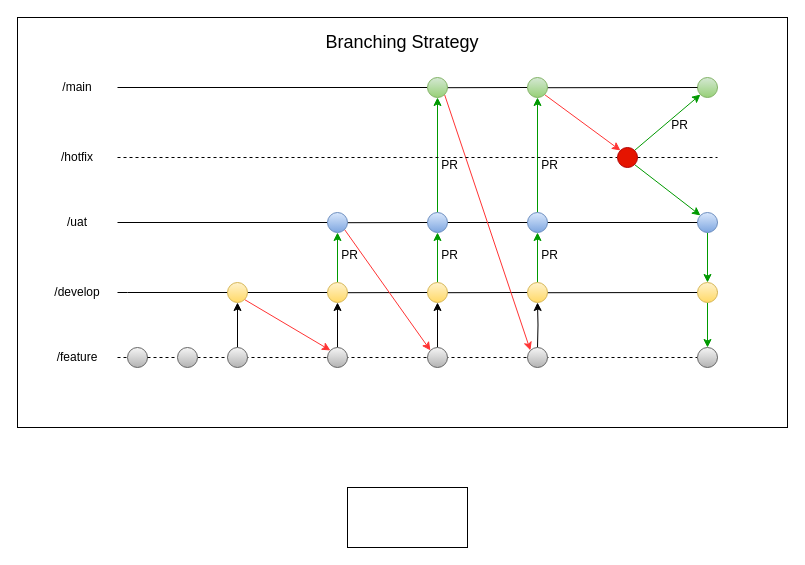
This is branches.drawio from Sri-git-acc/python, a draw.io file, before an edit. Source tidied: cells renumbered, new cells numbered last; positions are measured from the earlier drawing's top-left corner, leaving out a move shared by most shapes. Both pictures are drawn from the tidied source at 100%, with x=0, y=0 at pixel (17, 17).
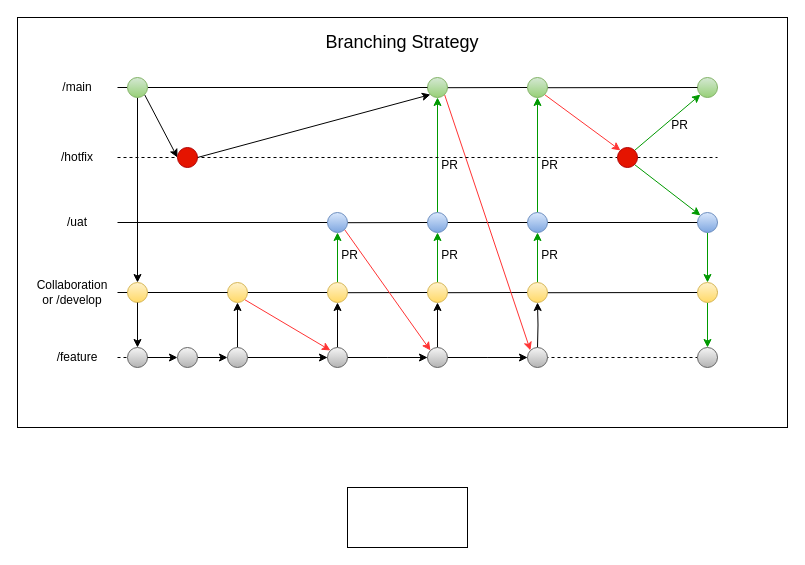
After the change.

The change refers to these unchanged cells:
```xml
<mxCell id="14" style="ellipse;whiteSpace=wrap;html=1;fillColor=#f5f5f5;gradientColor=#b3b3b3;strokeColor=#666666;" parent="1" vertex="1">
  <mxGeometry x="210" y="330" width="20" height="20" as="geometry" />
</mxCell>
<mxCell id="16" style="ellipse;whiteSpace=wrap;html=1;fillColor=#f5f5f5;gradientColor=#b3b3b3;strokeColor=#666666;" parent="1" vertex="1">
  <mxGeometry x="110" y="330" width="20" height="20" as="geometry" />
</mxCell>
<mxCell id="19" style="ellipse;whiteSpace=wrap;html=1;fillColor=#fff2cc;gradientColor=#ffd966;strokeColor=#d6b656;" parent="1" vertex="1">
  <mxGeometry x="210" y="265" width="20" height="20" as="geometry" />
</mxCell>
<mxCell id="38" style="ellipse;whiteSpace=wrap;html=1;fillColor=#d5e8d4;gradientColor=#97d077;strokeColor=#82b366;" parent="1" vertex="1">
  <mxGeometry x="410" y="60" width="20" height="20" as="geometry" />
</mxCell>
<mxCell id="59" style="ellipse;whiteSpace=wrap;html=1;fillColor=#f5f5f5;gradientColor=#b3b3b3;strokeColor=#666666;" parent="1" vertex="1">
  <mxGeometry x="410" y="330" width="20" height="20" as="geometry" />
</mxCell>
<mxCell id="60" style="ellipse;whiteSpace=wrap;html=1;fillColor=#f5f5f5;gradientColor=#b3b3b3;strokeColor=#666666;" parent="1" vertex="1">
  <mxGeometry x="310" y="330" width="20" height="20" as="geometry" />
</mxCell>
<mxCell id="70" style="ellipse;whiteSpace=wrap;html=1;fillColor=#f5f5f5;gradientColor=#b3b3b3;strokeColor=#666666;" parent="1" vertex="1">
  <mxGeometry x="160" y="330" width="20" height="20" as="geometry" />
</mxCell>
```

Change to the diagram source:
```diff
@@
-    <mxCell id="6" value="/develop" style="text;html=1;whiteSpace=wrap;strokeColor=none;fillColor=none;align=center;verticalAlign=middle;rounded=0;" parent="1" vertex="1">
-      <mxGeometry x="30" y="260" width="60" height="30" as="geometry" />
+    <mxCell id="6" value="Collaboration or /develop" style="text;html=1;whiteSpace=wrap;strokeColor=none;fillColor=none;align=center;verticalAlign=middle;rounded=0;" parent="1" vertex="1">
+      <mxGeometry x="20" y="260" width="70" height="30" as="geometry" />
     </mxCell>
@@
-    <mxCell id="10" style="endArrow=none;html=1;rounded=0;entryX=0;entryY=0.5;entryDx=0;entryDy=0;" parent="1" edge="1" source="19">
+    <mxCell id="10" style="endArrow=none;html=1;rounded=0;entryX=0;entryY=0.5;entryDx=0;entryDy=0;" parent="1" edge="1" source="93">
       <mxGeometry relative="1" as="geometry">
         <mxPoint x="110" y="275" as="targetPoint" />
       </mxGeometry>
     </mxCell>
@@
+    <mxCell id="81" style="edgeStyle=orthogonalEdgeStyle;rounded=0;jettySize=auto;html=1;exitX=1;exitY=0.5;exitDx=0;exitDy=0;entryX=0;entryY=0.5;entryDx=0;entryDy=0;" parent="1" edge="1" source="14" target="60">
+      <mxGeometry relative="1" as="geometry" />
+    </mxCell>
@@
+    <mxCell id="82" style="edgeStyle=orthogonalEdgeStyle;rounded=0;jettySize=auto;html=1;exitX=1;exitY=0.5;exitDx=0;exitDy=0;" parent="1" edge="1" source="16">
+      <mxGeometry relative="1" as="geometry">
+        <mxPoint x="160" y="340" as="targetPoint" />
+      </mxGeometry>
+    </mxCell>
@@
-    <mxCell id="24" style="endArrow=none;html=1;rounded=0;" parent="1" edge="1" source="38">
+    <mxCell id="24" style="endArrow=none;html=1;rounded=0;" parent="1" edge="1" source="89">
       <mxGeometry relative="1" as="geometry">
         <mxPoint x="100" y="70" as="targetPoint" />
       </mxGeometry>
     </mxCell>
@@
+    <mxCell id="83" style="edgeStyle=orthogonalEdgeStyle;rounded=0;jettySize=auto;html=1;exitX=1;exitY=0.5;exitDx=0;exitDy=0;" parent="1" edge="1" source="59">
+      <mxGeometry relative="1" as="geometry">
+        <mxPoint x="510" y="340" as="targetPoint" />
+      </mxGeometry>
+    </mxCell>
@@
+    <mxCell id="84" style="edgeStyle=orthogonalEdgeStyle;rounded=0;jettySize=auto;html=1;exitX=1;exitY=0.5;exitDx=0;exitDy=0;" parent="1" edge="1" source="60">
+      <mxGeometry relative="1" as="geometry">
+        <mxPoint x="410" y="340" as="targetPoint" />
+      </mxGeometry>
+    </mxCell>
@@
+    <mxCell id="85" style="edgeStyle=orthogonalEdgeStyle;rounded=0;jettySize=auto;html=1;exitX=1;exitY=0.5;exitDx=0;exitDy=0;" parent="1" edge="1" source="70">
+      <mxGeometry relative="1" as="geometry">
+        <mxPoint x="210" y="340" as="targetPoint" />
+      </mxGeometry>
+    </mxCell>
@@
+    <mxCell id="86" style="endArrow=none;html=1;rounded=0;" parent="1" edge="1" source="38" target="89">
+      <mxGeometry relative="1" as="geometry" />
+    </mxCell>
+    <mxCell id="87" style="edgeStyle=orthogonalEdgeStyle;rounded=0;jettySize=auto;html=1;exitX=0.5;exitY=1;exitDx=0;exitDy=0;entryX=0.5;entryY=0;entryDx=0;entryDy=0;" parent="1" edge="1" source="89" target="93">
+      <mxGeometry relative="1" as="geometry" />
+    </mxCell>
+    <mxCell id="88" style="rounded=0;jettySize=auto;html=1;exitX=1;exitY=1;exitDx=0;exitDy=0;" parent="1" edge="1" source="89">
+      <mxGeometry relative="1" as="geometry">
+        <mxPoint x="160" y="140" as="targetPoint" />
+      </mxGeometry>
+    </mxCell>
+    <mxCell id="89" style="ellipse;whiteSpace=wrap;html=1;fillColor=#d5e8d4;gradientColor=#97d077;strokeColor=#82b366;" parent="1" vertex="1">
+      <mxGeometry x="110" y="60" width="20" height="20" as="geometry" />
+    </mxCell>
+    <mxCell id="90" style="rounded=0;jettySize=auto;html=1;exitX=1;exitY=0.5;exitDx=0;exitDy=0;entryX=0;entryY=1;entryDx=0;entryDy=0;" parent="1" edge="1" source="91" target="38">
+      <mxGeometry relative="1" as="geometry" />
+    </mxCell>
+    <mxCell id="91" style="ellipse;whiteSpace=wrap;html=1;fillColor=#e51400;fontColor=#ffffff;strokeColor=#B20000;" parent="1" vertex="1">
+      <mxGeometry x="160" y="130" width="20" height="20" as="geometry" />
+    </mxCell>
+    <mxCell id="92" style="endArrow=none;html=1;rounded=0;entryX=0;entryY=0.5;entryDx=0;entryDy=0;" parent="1" edge="1" source="19" target="93">
+      <mxGeometry relative="1" as="geometry" />
+    </mxCell>
+    <mxCell id="93" style="ellipse;whiteSpace=wrap;html=1;fillColor=#fff2cc;gradientColor=#ffd966;strokeColor=#d6b656;" parent="1" vertex="1">
+      <mxGeometry x="110" y="265" width="20" height="20" as="geometry" />
+    </mxCell>
+    <mxCell id="94" style="edgeStyle=orthogonalEdgeStyle;rounded=0;jettySize=auto;html=1;exitX=0.5;exitY=1;exitDx=0;exitDy=0;" parent="1" edge="1" source="93">
+      <mxGeometry relative="1" as="geometry">
+        <mxPoint x="120" y="330" as="targetPoint" />
+      </mxGeometry>
+    </mxCell>
```
